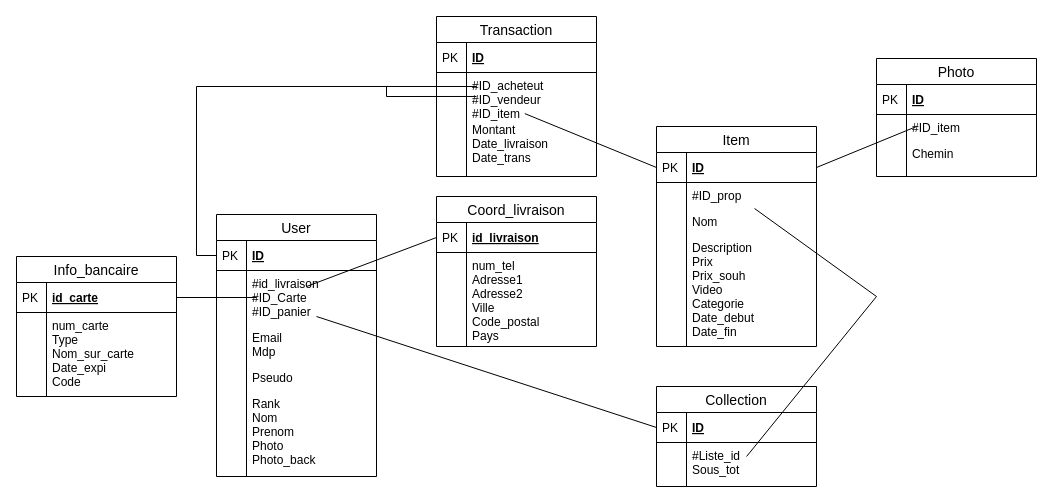
The draw.io diagram schema_bdd.drawio in jorgeayllon1/Piscine-ING3-ECE-Paris, before the edit. Source tidied: cells renumbered, new cells numbered last; positions are measured from the earlier drawing's top-left corner, leaving out a move shared by most shapes. Both pictures are drawn from the tidied source at 100%, with x=0, y=0 at pixel (16, 16).
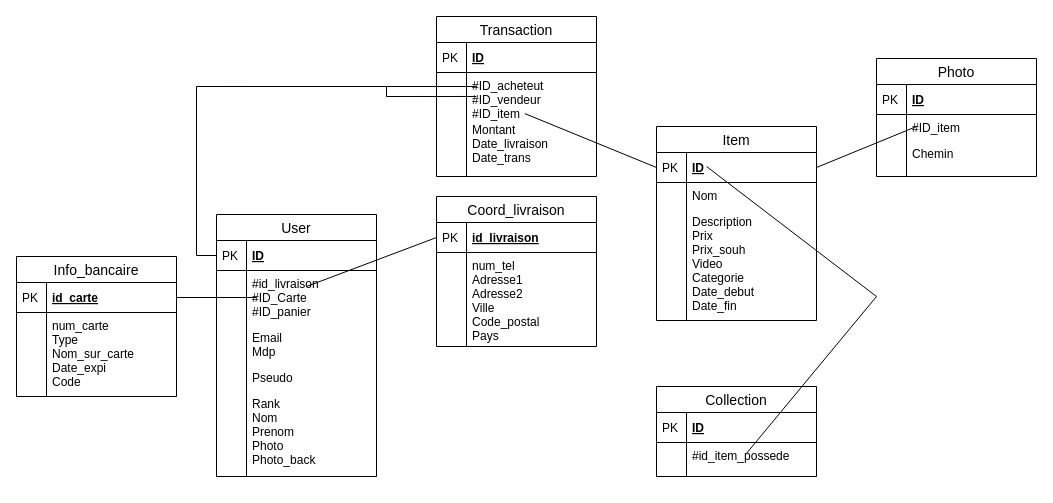
The same page after the edit.

The change refers to these unchanged cells:
```xml
<mxCell id="5" value="#id_livraison&#10;#ID_Carte&#10;#ID_panier" style="shape=partialRectangle;top=0;left=0;right=0;bottom=0;align=left;verticalAlign=top;fillColor=none;spacingLeft=34;spacingRight=4;overflow=hidden;points=[[0,0.5],[1,0.5]];portConstraint=eastwest;fontSize=12;" parent="2" vertex="1">
  <mxGeometry y="56" width="160" height="54" as="geometry" />
</mxCell>
<mxCell id="19" value="ID" style="shape=partialRectangle;top=0;left=0;right=0;bottom=1;align=left;verticalAlign=middle;fillColor=none;spacingLeft=34;spacingRight=4;overflow=hidden;points=[[0,0.5],[1,0.5]];portConstraint=eastwest;fontStyle=5;fontSize=12;" parent="18" vertex="1">
  <mxGeometry y="26" width="160" height="30" as="geometry" />
</mxCell>
<mxCell id="39" value="ID" style="shape=partialRectangle;top=0;left=0;right=0;bottom=1;align=left;verticalAlign=middle;fillColor=none;spacingLeft=34;spacingRight=4;overflow=hidden;points=[[0,0.5],[1,0.5]];portConstraint=eastwest;fontStyle=5;fontSize=12;" parent="38" vertex="1">
  <mxGeometry y="26" width="160" height="30" as="geometry" />
</mxCell>
```

The edit, as a diff of the source:
```diff
@@
     <mxCell id="18" value="Item" style="swimlane;fontStyle=0;horizontal=1;startSize=26;align=center;fontSize=14;" parent="1" vertex="1">
-      <mxGeometry x="640" y="110" width="160" height="220" as="geometry" />
+      <mxGeometry x="640" y="110" width="160" height="194" as="geometry" />
     </mxCell>
@@
-    <mxCell id="21" value="#ID_prop" style="shape=partialRectangle;top=0;left=0;right=0;bottom=0;align=left;verticalAlign=top;fillColor=none;spacingLeft=34;spacingRight=4;overflow=hidden;points=[[0,0.5],[1,0.5]];portConstraint=eastwest;fontSize=12;" parent="18" vertex="1">
-      <mxGeometry y="56" width="160" height="26" as="geometry" />
-    </mxCell>
-    <mxCell id="22" style="shape=partialRectangle;top=0;left=0;bottom=0;fillColor=none;align=left;verticalAlign=top;spacingLeft=4;spacingRight=4;overflow=hidden;fontSize=12;" parent="21" vertex="1">
-      <mxGeometry width="30" height="26" as="geometry" />
-    </mxCell>
     <mxCell id="23" value="Nom" style="shape=partialRectangle;top=0;left=0;right=0;bottom=0;align=left;verticalAlign=top;fillColor=none;spacingLeft=34;spacingRight=4;overflow=hidden;fontSize=12;" parent="18" vertex="1">
-      <mxGeometry y="82" width="160" height="26" as="geometry" />
+      <mxGeometry y="56" width="160" height="26" as="geometry" />
     </mxCell>
@@
     <mxCell id="25" value="Description&#10;Prix&#10;Prix_souh&#10;Video&#10;Categorie&#10;Date_debut&#10;Date_fin" style="shape=partialRectangle;top=0;left=0;right=0;bottom=0;align=left;verticalAlign=top;fillColor=none;spacingLeft=34;spacingRight=4;overflow=hidden;fontSize=12;" parent="18" vertex="1">
-      <mxGeometry y="108" width="160" height="102" as="geometry" />
+      <mxGeometry y="82" width="160" height="102" as="geometry" />
     </mxCell>
@@
     <mxCell id="27" style="shape=partialRectangle;top=0;left=0;right=0;bottom=0;align=left;verticalAlign=top;fillColor=none;spacingLeft=34;spacingRight=4;overflow=hidden;fontSize=12;" parent="18" vertex="1">
-      <mxGeometry y="210" width="160" height="10" as="geometry" />
+      <mxGeometry y="184" width="160" height="10" as="geometry" />
     </mxCell>
@@
     <mxCell id="38" value="Collection" style="swimlane;fontStyle=0;horizontal=1;startSize=26;align=center;fontSize=14;" parent="1" vertex="1">
-      <mxGeometry x="640" y="370" width="160" height="100" as="geometry" />
+      <mxGeometry x="640" y="370" width="160" height="90" as="geometry" />
     </mxCell>
@@
-    <mxCell id="41" value="#Liste_id&#10;Sous_tot" style="shape=partialRectangle;top=0;left=0;right=0;bottom=0;align=left;verticalAlign=top;fillColor=none;spacingLeft=34;spacingRight=4;overflow=hidden;points=[[0,0.5],[1,0.5]];portConstraint=eastwest;fontSize=12;" parent="38" vertex="1">
-      <mxGeometry y="56" width="160" height="44" as="geometry" />
+    <mxCell id="41" value="#id_item_possede" style="shape=partialRectangle;top=0;left=0;right=0;bottom=0;align=left;verticalAlign=top;fillColor=none;spacingLeft=34;spacingRight=4;overflow=hidden;points=[[0,0.5],[1,0.5]];portConstraint=eastwest;fontSize=12;" parent="38" vertex="1">
+      <mxGeometry y="56" width="160" height="34" as="geometry" />
     </mxCell>
     <mxCell id="42" style="shape=partialRectangle;top=0;left=0;bottom=0;fillColor=none;align=left;verticalAlign=top;spacingLeft=4;spacingRight=4;overflow=hidden;fontSize=12;" parent="41" vertex="1">
-      <mxGeometry width="30" height="44" as="geometry" />
+      <mxGeometry width="30" height="34" as="geometry" />
     </mxCell>
@@
-    <mxCell id="44" style="endArrow=none;html=1;rounded=0;entryX=0;entryY=0.5;entryDx=0;entryDy=0;exitX=0.625;exitY=0.852;exitDx=0;exitDy=0;exitPerimeter=0;" parent="1" edge="1" source="5" target="39">
-      <mxGeometry relative="1" as="geometry" />
-    </mxCell>
@@
-    <mxCell id="55" style="endArrow=none;html=1;rounded=0;exitX=0.563;exitY=0.318;exitDx=0;exitDy=0;exitPerimeter=0;" parent="1" edge="1" source="41" target="21">
+    <mxCell id="55" style="endArrow=none;html=1;rounded=0;exitX=0.563;exitY=0.318;exitDx=0;exitDy=0;exitPerimeter=0;entryX=0.313;entryY=0.467;entryDx=0;entryDy=0;entryPerimeter=0;" parent="1" edge="1" source="41" target="19">
       <mxGeometry relative="1" as="geometry">
         <Array as="points">
           <mxPoint x="860" y="280" />
         </Array>
       </mxGeometry>
     </mxCell>
```
